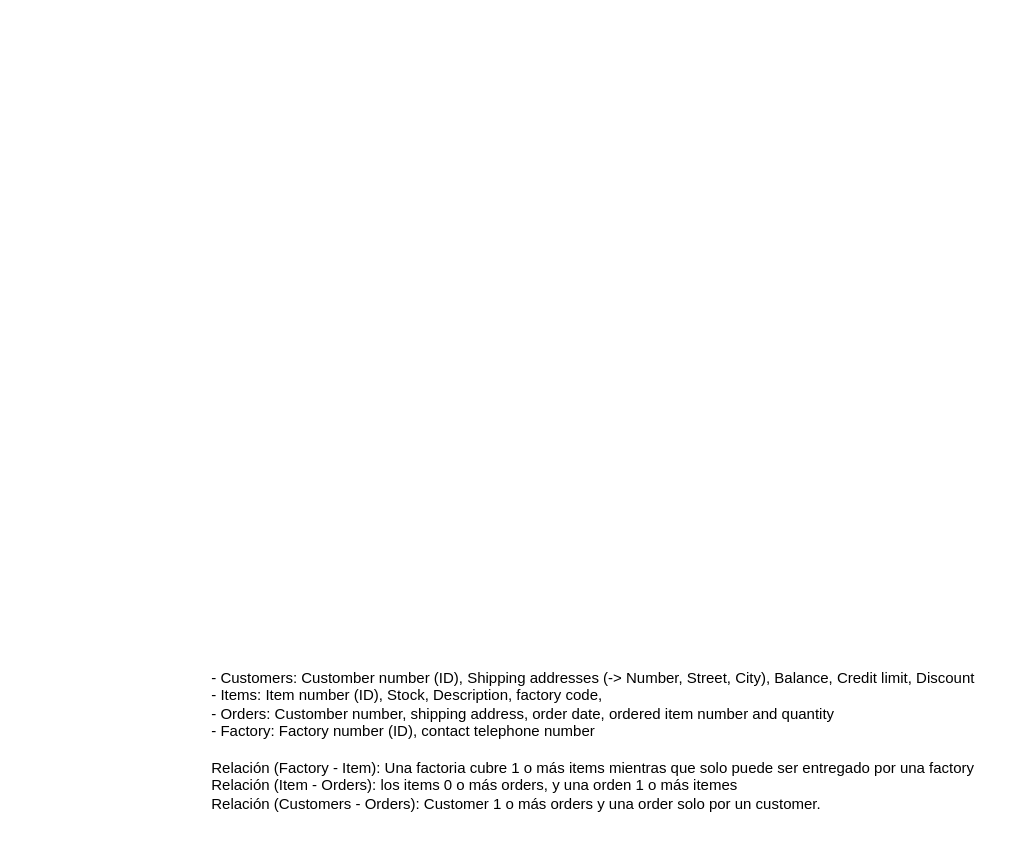
The draw.io diagram page "Exercise 3" (3 of 5) of ejercicio3.drawio in Maek0s/1DAM_Databases, before the edit. Source tidied: cells renumbered, new cells numbered last; positions are measured from the earlier drawing's top-left corner, leaving out a move shared by most shapes. Both pictures are drawn from the tidied source at 125%, with x=0, y=0 at pixel (209, 659).
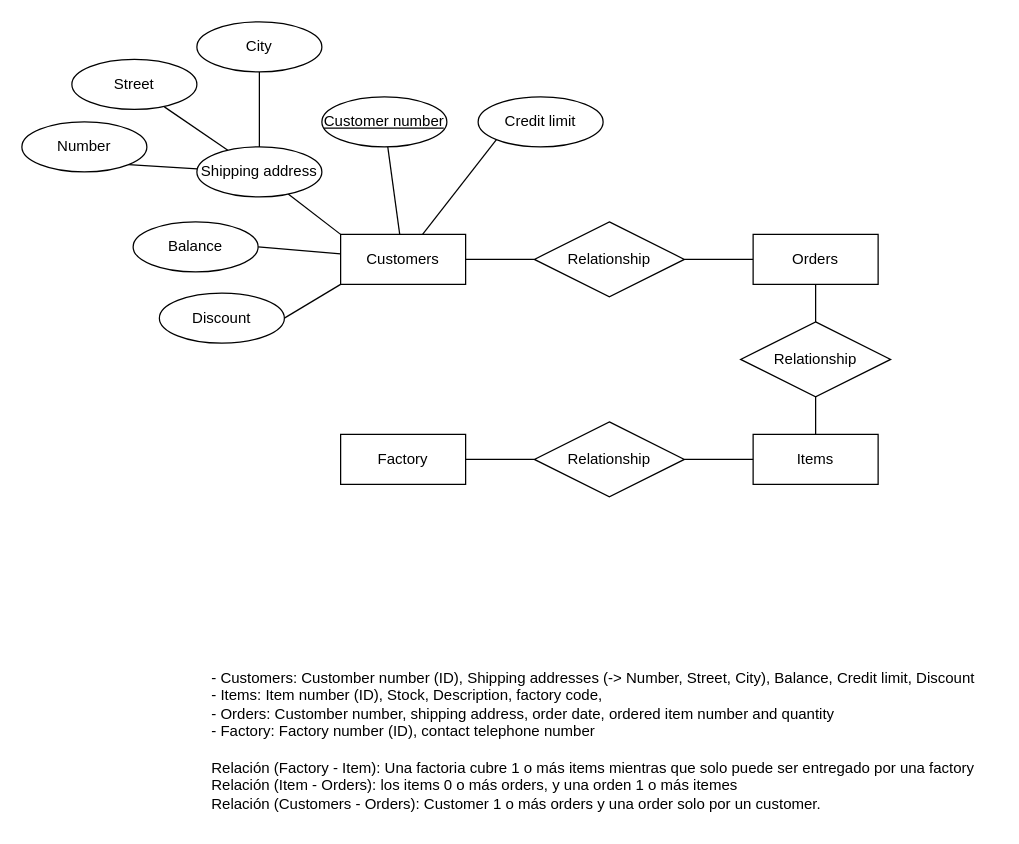
The same diagram, later.

Diff of the diagram source:
```diff
@@
+    <mxCell id="3" style="rounded=0;jettySize=auto;html=1;entryX=1;entryY=0.5;entryDx=0;entryDy=0;endArrow=none;endFill=0;exitX=0;exitY=1;exitDx=0;exitDy=0;" parent="1" edge="1" source="7" target="31">
+      <mxGeometry relative="1" as="geometry" />
+    </mxCell>
+    <mxCell id="4" style="rounded=0;jettySize=auto;html=1;entryX=1;entryY=0.5;entryDx=0;entryDy=0;endArrow=none;endFill=0;" parent="1" edge="1" source="7" target="29">
+      <mxGeometry relative="1" as="geometry" />
+    </mxCell>
+    <mxCell id="5" style="rounded=0;jettySize=auto;html=1;endArrow=none;endFill=0;" parent="1" edge="1" source="7" target="20">
+      <mxGeometry relative="1" as="geometry" />
+    </mxCell>
+    <mxCell id="6" style="rounded=0;jettySize=auto;html=1;entryX=0;entryY=1;entryDx=0;entryDy=0;endArrow=none;endFill=0;" parent="1" edge="1" source="7" target="30">
+      <mxGeometry relative="1" as="geometry" />
+    </mxCell>
+    <mxCell id="7" value="Customers" style="whiteSpace=wrap;html=1;align=center;" parent="1" vertex="1">
+      <mxGeometry x="105" y="-340" width="100" height="40" as="geometry" />
+    </mxCell>
+    <mxCell id="8" style="rounded=0;jettySize=auto;html=1;endArrow=none;endFill=0;" parent="1" edge="1" source="10" target="19">
+      <mxGeometry relative="1" as="geometry" />
+    </mxCell>
+    <mxCell id="9" style="rounded=0;jettySize=auto;html=1;endArrow=none;endFill=0;" parent="1" edge="1" source="10" target="14">
+      <mxGeometry relative="1" as="geometry" />
+    </mxCell>
+    <mxCell id="10" value="Orders" style="whiteSpace=wrap;html=1;align=center;" parent="1" vertex="1">
+      <mxGeometry x="435" y="-340" width="100" height="40" as="geometry" />
+    </mxCell>
+    <mxCell id="11" value="Items" style="whiteSpace=wrap;html=1;align=center;" parent="1" vertex="1">
+      <mxGeometry x="435" y="-180" width="100" height="40" as="geometry" />
+    </mxCell>
+    <mxCell id="12" value="Factory" style="whiteSpace=wrap;html=1;align=center;" parent="1" vertex="1">
+      <mxGeometry x="105" y="-180" width="100" height="40" as="geometry" />
+    </mxCell>
+    <mxCell id="13" style="rounded=0;jettySize=auto;html=1;endArrow=none;endFill=0;" parent="1" edge="1" source="14" target="7">
+      <mxGeometry relative="1" as="geometry" />
+    </mxCell>
+    <mxCell id="14" value="Relationship" style="shape=rhombus;perimeter=rhombusPerimeter;whiteSpace=wrap;html=1;align=center;" parent="1" vertex="1">
+      <mxGeometry x="260" y="-350" width="120" height="60" as="geometry" />
+    </mxCell>
+    <mxCell id="15" style="rounded=0;jettySize=auto;html=1;endArrow=none;endFill=0;" parent="1" edge="1" source="17" target="12">
+      <mxGeometry relative="1" as="geometry" />
+    </mxCell>
+    <mxCell id="16" style="rounded=0;jettySize=auto;html=1;endArrow=none;endFill=0;" parent="1" edge="1" source="17" target="11">
+      <mxGeometry relative="1" as="geometry" />
+    </mxCell>
+    <mxCell id="17" value="Relationship" style="shape=rhombus;perimeter=rhombusPerimeter;whiteSpace=wrap;html=1;align=center;" parent="1" vertex="1">
+      <mxGeometry x="260" y="-190" width="120" height="60" as="geometry" />
+    </mxCell>
+    <mxCell id="18" style="rounded=0;jettySize=auto;html=1;endArrow=none;endFill=0;" parent="1" edge="1" source="19" target="11">
+      <mxGeometry relative="1" as="geometry" />
+    </mxCell>
+    <mxCell id="19" value="Relationship" style="shape=rhombus;perimeter=rhombusPerimeter;whiteSpace=wrap;html=1;align=center;" parent="1" vertex="1">
+      <mxGeometry x="425" y="-270" width="120" height="60" as="geometry" />
+    </mxCell>
+    <mxCell id="20" value="Customer number" style="ellipse;whiteSpace=wrap;html=1;align=center;fontStyle=4;" parent="1" vertex="1">
+      <mxGeometry x="90" y="-450" width="100" height="40" as="geometry" />
+    </mxCell>
+    <mxCell id="21" style="rounded=0;jettySize=auto;html=1;endArrow=none;endFill=0;" parent="1" edge="1" source="24" target="27">
+      <mxGeometry relative="1" as="geometry" />
+    </mxCell>
+    <mxCell id="22" style="rounded=0;jettySize=auto;html=1;entryX=1;entryY=1;entryDx=0;entryDy=0;endArrow=none;endFill=0;" parent="1" edge="1" source="24" target="25">
+      <mxGeometry relative="1" as="geometry" />
+    </mxCell>
+    <mxCell id="23" style="rounded=0;jettySize=auto;html=1;entryX=0;entryY=0;entryDx=0;entryDy=0;endArrow=none;endFill=0;" parent="1" edge="1" source="24" target="7">
+      <mxGeometry relative="1" as="geometry" />
+    </mxCell>
+    <mxCell id="24" value="Shipping address" style="ellipse;whiteSpace=wrap;html=1;align=center;" parent="1" vertex="1">
+      <mxGeometry x="-10" y="-410" width="100" height="40" as="geometry" />
+    </mxCell>
+    <mxCell id="25" value="Number" style="ellipse;whiteSpace=wrap;html=1;align=center;" parent="1" vertex="1">
+      <mxGeometry x="-150" y="-430" width="100" height="40" as="geometry" />
+    </mxCell>
+    <mxCell id="26" value="Street" style="ellipse;whiteSpace=wrap;html=1;align=center;" parent="1" vertex="1">
+      <mxGeometry x="-110" y="-480" width="100" height="40" as="geometry" />
+    </mxCell>
+    <mxCell id="27" value="City" style="ellipse;whiteSpace=wrap;html=1;align=center;" parent="1" vertex="1">
+      <mxGeometry x="-10" y="-510" width="100" height="40" as="geometry" />
+    </mxCell>
+    <mxCell id="28" style="rounded=0;jettySize=auto;html=1;entryX=0.74;entryY=0.95;entryDx=0;entryDy=0;entryPerimeter=0;endArrow=none;endFill=0;" parent="1" edge="1" source="24" target="26">
+      <mxGeometry relative="1" as="geometry" />
+    </mxCell>
+    <mxCell id="29" value="Balance" style="ellipse;whiteSpace=wrap;html=1;align=center;" parent="1" vertex="1">
+      <mxGeometry x="-61" y="-350" width="100" height="40" as="geometry" />
+    </mxCell>
+    <mxCell id="30" value="Credit limit" style="ellipse;whiteSpace=wrap;html=1;align=center;" parent="1" vertex="1">
+      <mxGeometry x="215" y="-450" width="100" height="40" as="geometry" />
+    </mxCell>
+    <mxCell id="31" value="Discount" style="ellipse;whiteSpace=wrap;html=1;align=center;" parent="1" vertex="1">
+      <mxGeometry x="-40" y="-293" width="100" height="40" as="geometry" />
+    </mxCell>
```
